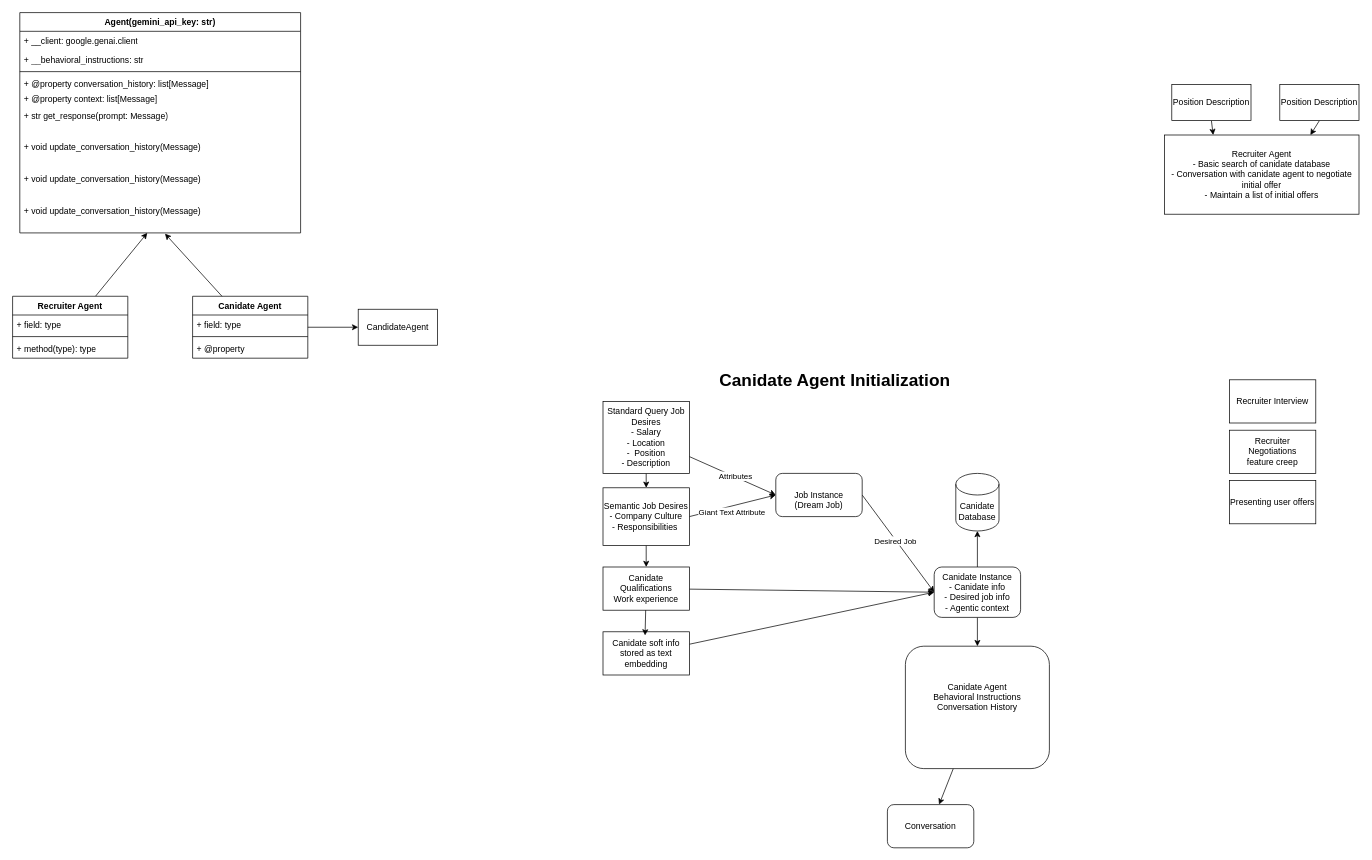
WilliamRamsey/IAInfoLLM keeps this draw.io diagram as docs/OUTLINE.drawio. Above is the earlier version. Source tidied: cells renumbered, new cells numbered last; positions are measured from the earlier drawing's top-left corner, leaving out a move shared by most shapes. Both pictures are drawn from the tidied source at 72%, with x=0, y=0 at pixel (12, 12).
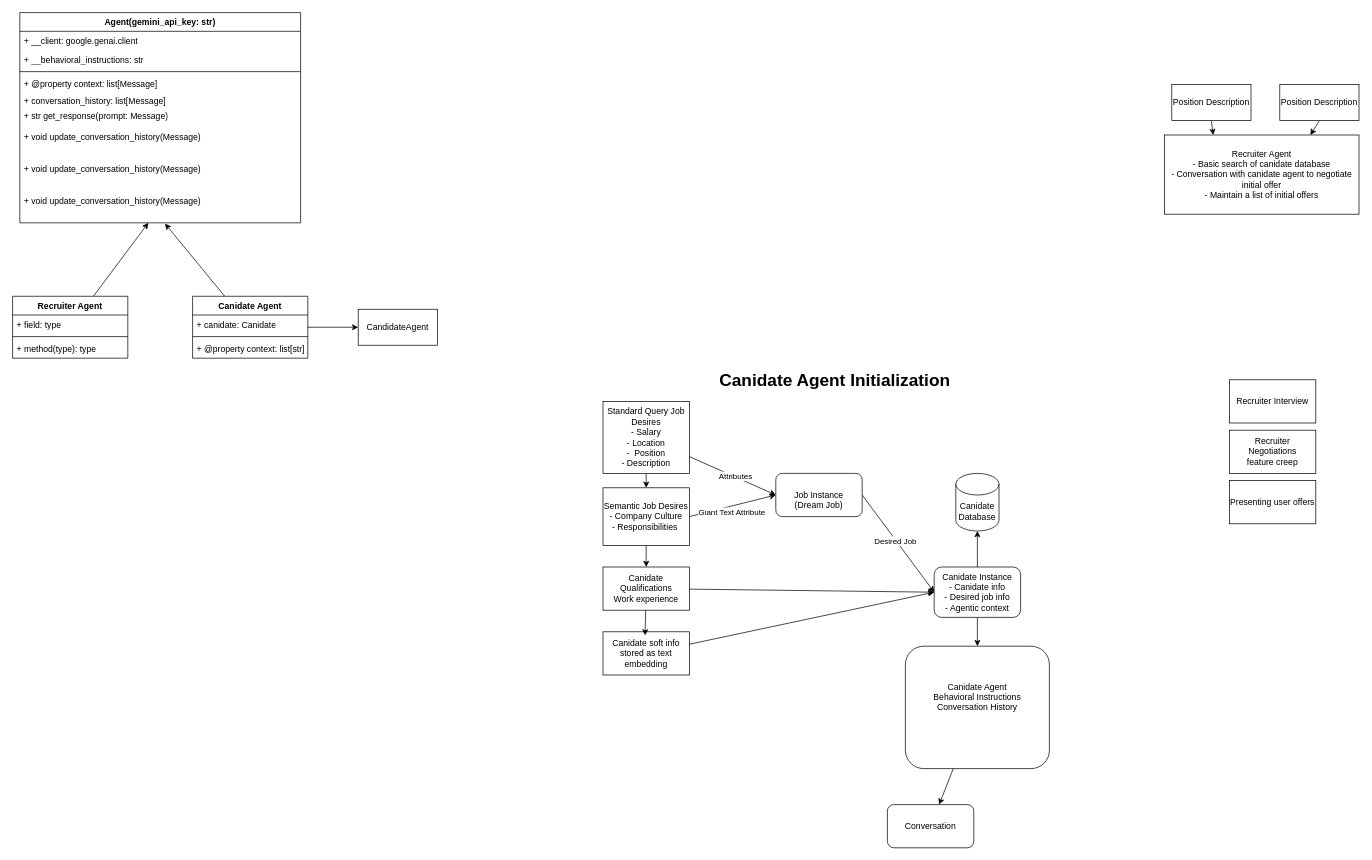
Above is the later version.

The change refers to these unchanged cells:
```xml
<mxCell id="50" value="Canidate Agent" style="swimlane;fontStyle=1;align=center;verticalAlign=top;horizontal=1;startSize=26;whiteSpace=wrap;html=1;" parent="1" vertex="1">
  <mxGeometry x="250" y="394" width="160" height="86" as="geometry" />
</mxCell>
```

Change to the diagram source:
```diff
@@
     <mxCell id="34" value="Agent(gemini_api_key: str)" style="swimlane;fontStyle=1;align=center;verticalAlign=top;horizontal=1;startSize=26;whiteSpace=wrap;html=1;" parent="1" vertex="1">
-      <mxGeometry x="10" width="390" height="306" as="geometry" />
+      <mxGeometry x="10" width="390" height="292" as="geometry" />
     </mxCell>
@@
+    <mxCell id="39" value="+ @property context: list[Message]" style="text;strokeColor=none;fillColor=none;align=left;verticalAlign=top;spacingLeft=4;spacingRight=4;overflow=hidden;whiteSpace=wrap;html=1;" parent="34" vertex="1">
+      <mxGeometry y="86" width="390" height="24" as="geometry" />
+    </mxCell>
-    <mxCell id="38" value="+ @property conversation_history: list[Message]" style="text;strokeColor=none;fillColor=none;align=left;verticalAlign=top;spacingLeft=4;spacingRight=4;overflow=hidden;whiteSpace=wrap;html=1;" parent="34" vertex="1">
-      <mxGeometry y="86" width="390" height="20" as="geometry" />
+    <mxCell id="38" value="+ conversation_history: list[Message]" style="text;strokeColor=none;fillColor=none;align=left;verticalAlign=top;spacingLeft=4;spacingRight=4;overflow=hidden;whiteSpace=wrap;html=1;" parent="34" vertex="1">
+      <mxGeometry y="110" width="390" height="20" as="geometry" />
     </mxCell>
-    <mxCell id="39" value="+ @property context: list[Message]" style="text;strokeColor=none;fillColor=none;align=left;verticalAlign=top;spacingLeft=4;spacingRight=4;overflow=hidden;whiteSpace=wrap;html=1;" parent="34" vertex="1">
-      <mxGeometry y="106" width="390" height="24" as="geometry" />
-    </mxCell>
     <mxCell id="40" value="+ str get_response(prompt: Message)" style="text;strokeColor=none;fillColor=none;align=left;verticalAlign=top;spacingLeft=4;spacingRight=4;overflow=hidden;whiteSpace=wrap;html=1;" parent="34" vertex="1">
-      <mxGeometry y="130" width="390" height="44" as="geometry" />
+      <mxGeometry y="130" width="390" height="30" as="geometry" />
     </mxCell>
     <mxCell id="41" value="+ void update_conversation_history(Message)" style="text;strokeColor=none;fillColor=none;align=left;verticalAlign=top;spacingLeft=4;spacingRight=4;overflow=hidden;whiteSpace=wrap;html=1;" parent="34" vertex="1">
-      <mxGeometry y="174" width="390" height="44" as="geometry" />
+      <mxGeometry y="160" width="390" height="44" as="geometry" />
     </mxCell>
     <mxCell id="42" value="+ void update_conversation_history(Message)" style="text;strokeColor=none;fillColor=none;align=left;verticalAlign=top;spacingLeft=4;spacingRight=4;overflow=hidden;whiteSpace=wrap;html=1;" parent="34" vertex="1">
-      <mxGeometry y="218" width="390" height="44" as="geometry" />
+      <mxGeometry y="204" width="390" height="44" as="geometry" />
     </mxCell>
     <mxCell id="43" value="+ void update_conversation_history(Message)" style="text;strokeColor=none;fillColor=none;align=left;verticalAlign=top;spacingLeft=4;spacingRight=4;overflow=hidden;points=[[0,0.5],[1,0.5]];portConstraint=eastwest;whiteSpace=wrap;html=1;" parent="34" vertex="1">
-      <mxGeometry y="262" width="390" height="44" as="geometry" />
+      <mxGeometry y="248" width="390" height="44" as="geometry" />
     </mxCell>
@@
-    <mxCell id="51" value="+ field: type" style="text;strokeColor=none;fillColor=none;align=left;verticalAlign=top;spacingLeft=4;spacingRight=4;overflow=hidden;whiteSpace=wrap;html=1;" parent="50" vertex="1">
+    <mxCell id="51" value="+ canidate: Canidate" style="text;strokeColor=none;fillColor=none;align=left;verticalAlign=top;spacingLeft=4;spacingRight=4;overflow=hidden;whiteSpace=wrap;html=1;" parent="50" vertex="1">
       <mxGeometry y="26" width="160" height="26" as="geometry" />
     </mxCell>
@@
-    <mxCell id="53" value="+ @property&amp;nbsp;" style="text;strokeColor=none;fillColor=none;align=left;verticalAlign=top;spacingLeft=4;spacingRight=4;overflow=hidden;whiteSpace=wrap;html=1;" parent="50" vertex="1">
+    <mxCell id="53" value="+ @property context: list[str]" style="text;strokeColor=none;fillColor=none;align=left;verticalAlign=top;spacingLeft=4;spacingRight=4;overflow=hidden;whiteSpace=wrap;html=1;" parent="50" vertex="1">
       <mxGeometry y="60" width="160" height="26" as="geometry" />
     </mxCell>
```
